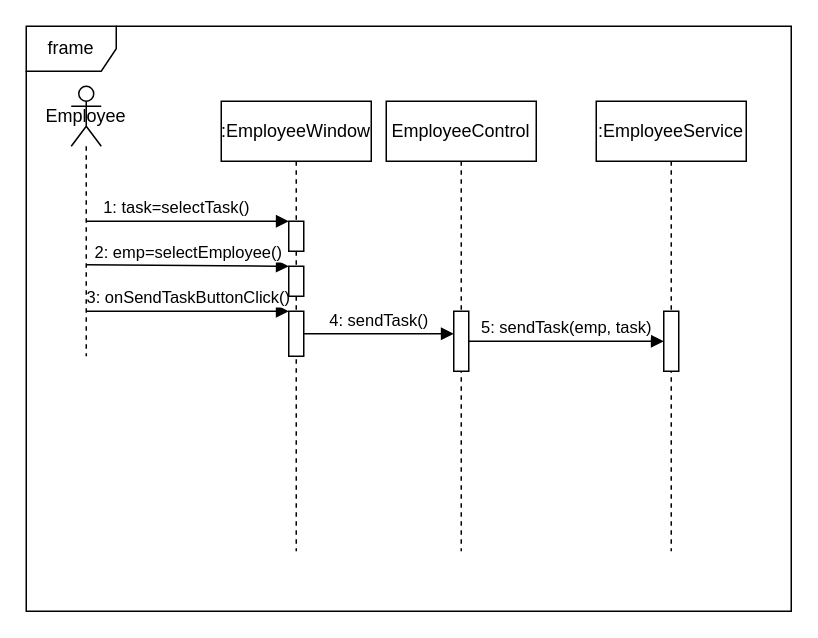
This is Semester4/ISS/lab4/SendTask_NormalFlow.drawio from tpaul790/Faculty, a draw.io file, before an edit. Source tidied: cells renumbered, new cells numbered last; positions are measured from the earlier drawing's top-left corner, leaving out a move shared by most shapes. Both pictures are drawn from the tidied source at 150%, with x=0, y=0 at pixel (26, 26).
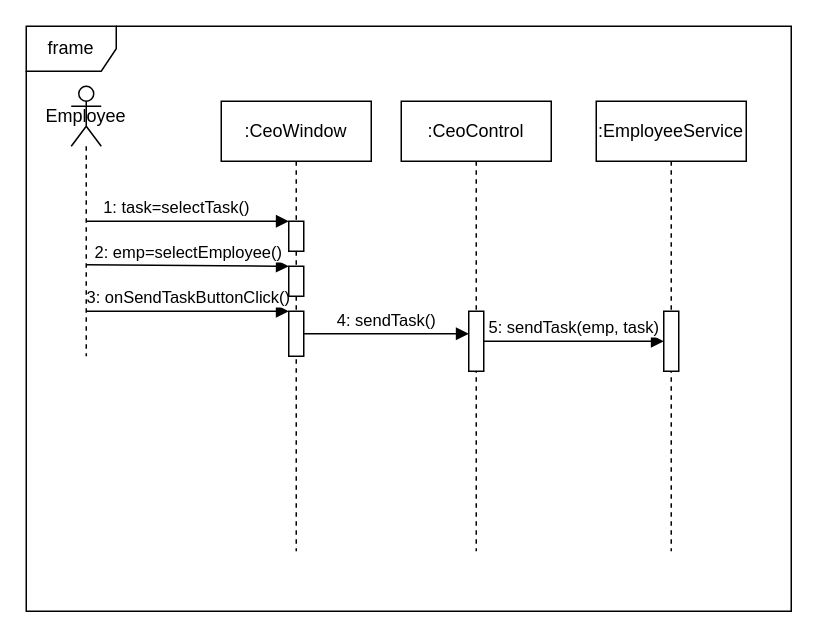
The same diagram, later.

Change to the diagram source:
```diff
@@
-    <mxCell id="7" value=":EmployeeWindow" style="shape=umlLifeline;perimeter=lifelinePerimeter;whiteSpace=wrap;html=1;outlineConnect=0;portConstraint=eastwest;newEdgeStyle={&quot;curved&quot;:0,&quot;rounded&quot;:0};" parent="1" vertex="1">
+    <mxCell id="7" value=":CeoWindow" style="shape=umlLifeline;perimeter=lifelinePerimeter;whiteSpace=wrap;html=1;outlineConnect=0;portConstraint=eastwest;newEdgeStyle={&quot;curved&quot;:0,&quot;rounded&quot;:0};" parent="1" vertex="1">
       <mxGeometry x="130" y="50" width="100" height="300" as="geometry" />
     </mxCell>
@@
-    <mxCell id="13" value="EmployeeControl" style="shape=umlLifeline;perimeter=lifelinePerimeter;whiteSpace=wrap;html=1;newEdgeStyle={&quot;curved&quot;:0,&quot;rounded&quot;:0};" parent="1" vertex="1">
-      <mxGeometry x="240" y="50" width="100" height="300" as="geometry" />
+    <mxCell id="13" value=":CeoControl" style="shape=umlLifeline;perimeter=lifelinePerimeter;whiteSpace=wrap;html=1;newEdgeStyle={&quot;curved&quot;:0,&quot;rounded&quot;:0};" parent="1" vertex="1">
+      <mxGeometry x="250" y="50" width="100" height="300" as="geometry" />
     </mxCell>
```
